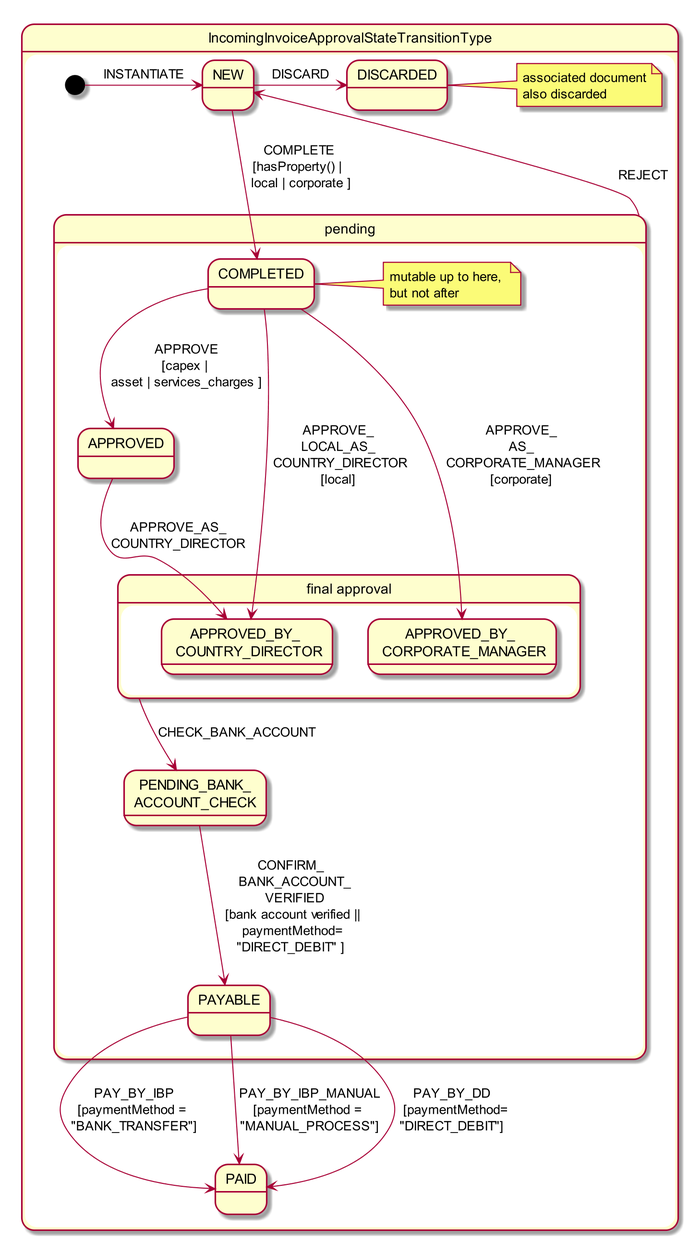
Above: adocs/documentation/src/main/asciidoc/incoming-invoice-approval-state-chart.png in estatio/estatio (PlantUML), before the change.
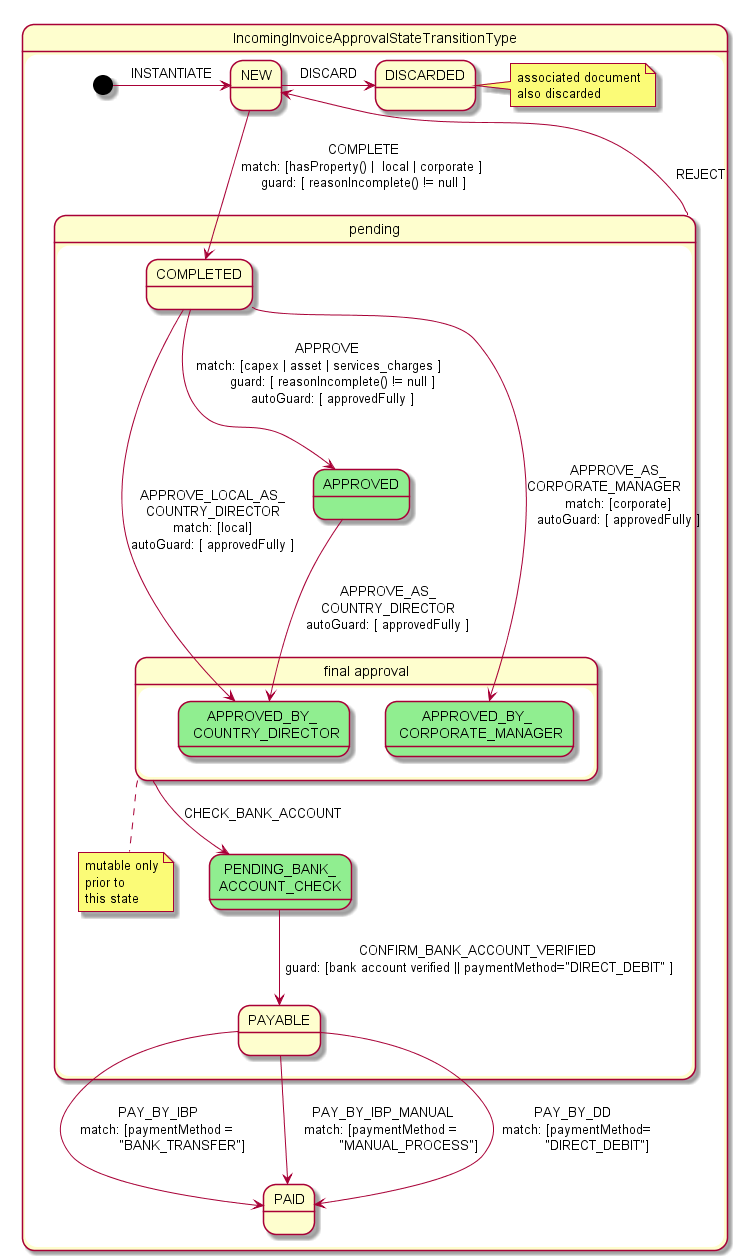
The same diagram one commit later.

What changed in the source:
```diff
@@ -1,7 +1,9 @@
 @startuml
-skinparam dpi 200
+state "IncomingInvoiceApprovalStateTransitionType" as iia {
 
-state "IncomingInvoiceApprovalStateTransitionType" as iia {
+    skinparam state {
+      BackgroundColor<<Automatic>> lightgreen
+    }
 
     state "NEW" as iia_new
 
@@ -10,16 +12,16 @@
 
     state "pending" as iia_pp {
         state "COMPLETED" as iia_completed
-        note right of iia_completed: mutable up to here, \nbut not after
 
-        state "APPROVED" as iia_a
+        state "APPROVED" as iia_a<<Automatic>>
 
         state "final approval" as iia_final {
-            state "APPROVED_BY_ \n COUNTRY_DIRECTOR" as iia_abcd
-            state "APPROVED_BY_ \n CORPORATE_MANAGER" as iia_abcm
+            state "APPROVED_BY_ \n COUNTRY_DIRECTOR" as iia_abcd<<Automatic>>
+            state "APPROVED_BY_ \n CORPORATE_MANAGER" as iia_abcm<<Automatic>>
         }
+        note bottom of iia_final: mutable only\nprior to\nthis state
 
-        state "PENDING_BANK_\nACCOUNT_CHECK" as iia_pbac
+        state "PENDING_BANK_\nACCOUNT_CHECK" as iia_pbac<<Automatic>>
         state "PAYABLE" as iia_payable
     }
 
@@ -27,24 +29,24 @@
 
     [*] -right-> iia_new: INSTANTIATE
 
-    iia_new --> iia_completed : COMPLETE\n[hasProperty() | \n local | corporate ]
+    iia_new --> iia_completed : COMPLETE\nmatch: [hasProperty() |  local | corporate ] \nguard: [ reasonIncomplete() != null ]
     iia_new -right-> iia_discarded : DISCARD
 
-    iia_completed --> iia_a : APPROVE\n[capex | \nasset | services_charges ]
+    iia_completed --> iia_a : APPROVE   \nmatch: [capex | asset | services_charges ]       \nguard: [ reasonIncomplete() != null ]\nautoGuard: [ approvedFully ]
 
-    iia_completed --> iia_abcd : APPROVE_\nLOCAL_AS_\n COUNTRY_DIRECTOR\n[local]
-    iia_completed --> iia_abcm : APPROVE_\nAS_\n CORPORATE_MANAGER\n[corporate]
+    iia_completed -r-> iia_abcd : \n\n\nAPPROVE_LOCAL_AS_\nCOUNTRY_DIRECTOR\nmatch: [local]\nautoGuard: [ approvedFully ]
+    iia_completed --> iia_abcm : APPROVE_AS_\nCORPORATE_MANAGER       \nmatch: [corporate]\nautoGuard: [ approvedFully ]
 
-    iia_a --> iia_abcd : APPROVE_AS_\nCOUNTRY_DIRECTOR
+    iia_a --> iia_abcd : APPROVE_AS_\nCOUNTRY_DIRECTOR\nautoGuard: [ approvedFully ]
 
     iia_final --> iia_pbac : CHECK_BANK_ACCOUNT
 
-    iia_pp -up-> iia_new: \n  REJECT
+    iia_pp --> iia_new: \n  REJECT
 
-    iia_pbac --> iia_payable : CONFIRM_\n  BANK_ACCOUNT_\n  VERIFIED\n [bank account verified ||\n paymentMethod=\n"DIRECT_DEBIT" ]
-    iia_payable --> iia_paid: PAY_BY_IBP\n[paymentMethod = \n"BANK_TRANSFER"]
-    iia_payable --> iia_paid: PAY_BY_IBP_MANUAL\n[paymentMethod = \n"MANUAL_PROCESS"]
-    iia_payable --> iia_paid: PAY_BY_DD\n  [paymentMethod=\n"DIRECT_DEBIT"]
+    iia_pbac --> iia_payable : CONFIRM_BANK_ACCOUNT_VERIFIED\n guard: [bank account verified || paymentMethod="DIRECT_DEBIT" ]
+    iia_payable --> iia_paid: PAY_BY_IBP\nmatch: [paymentMethod = \n            "BANK_TRANSFER"]
+    iia_payable --> iia_paid: PAY_BY_IBP_MANUAL\nmatch: [paymentMethod = \n             "MANUAL_PROCESS"]
+    iia_payable --> iia_paid: PAY_BY_DD\n  match: [paymentMethod=\n            "DIRECT_DEBIT"]
 
 }
 @enduml
```
